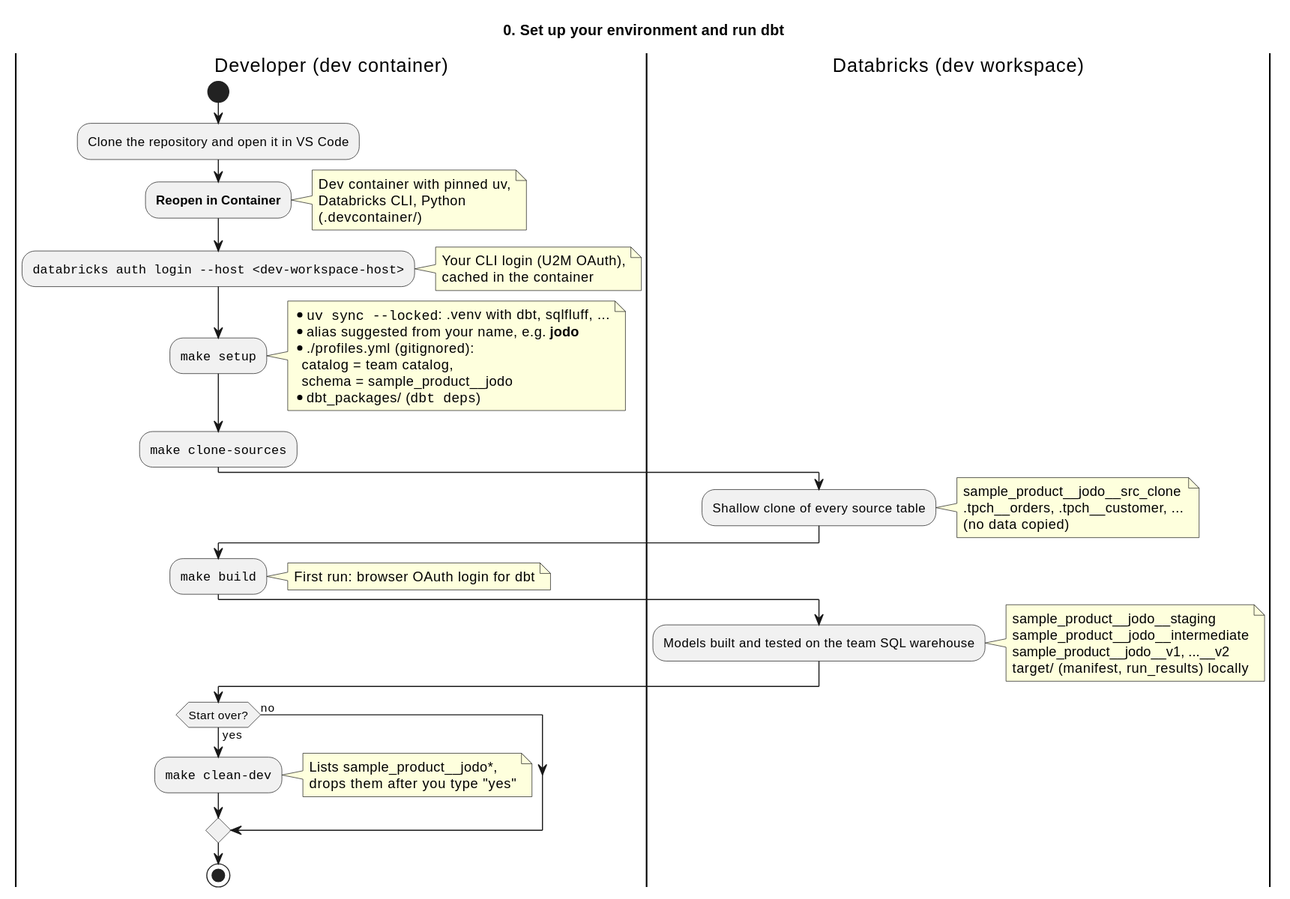
This is docs/diagrams/workflow-0-setup.svg from PeterHenell/dbt-databricks-template, a PlantUML export, as it was before one commit.
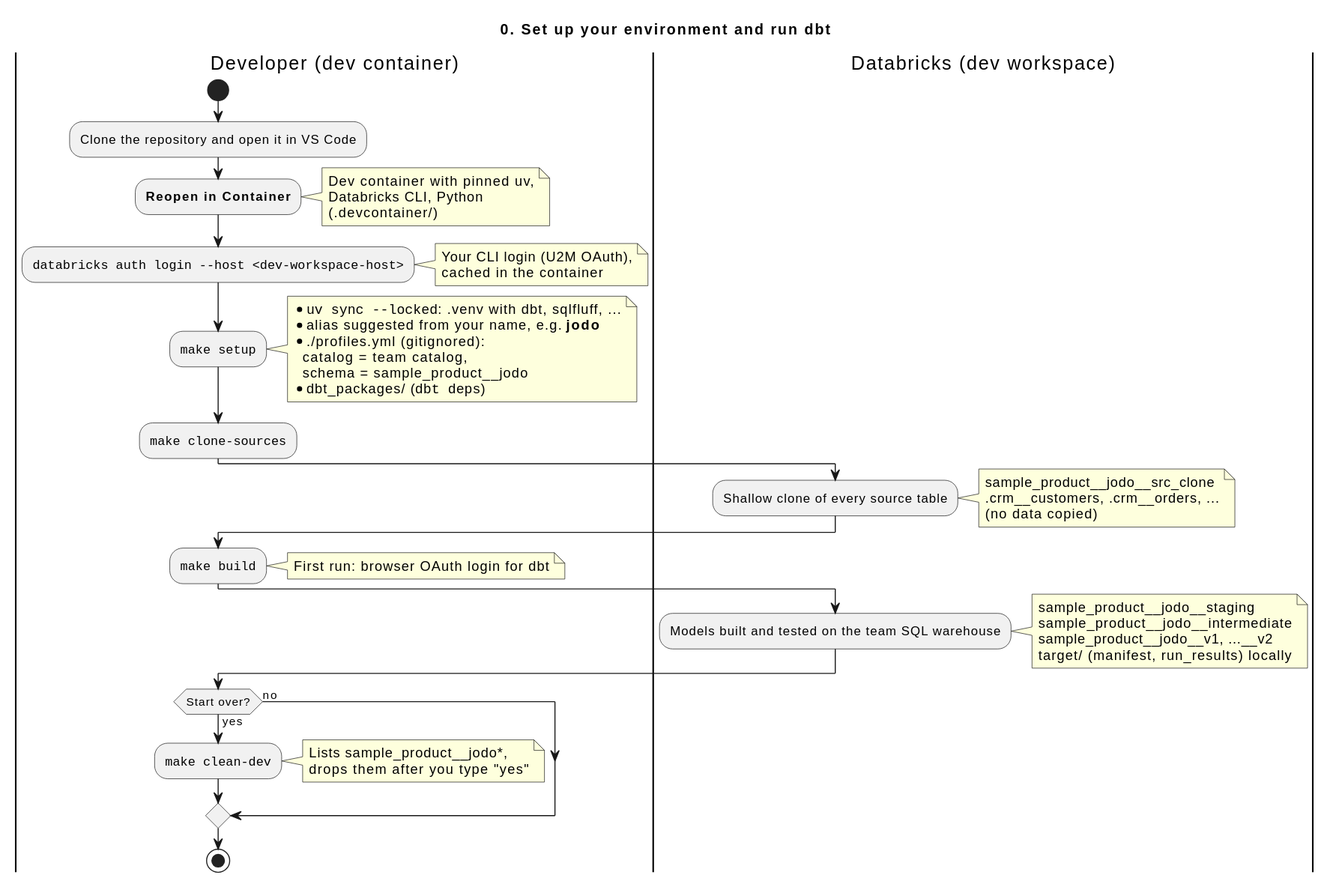
Above is the later version.

Change to the diagram source:
```diff
@@ -29,7 +29,7 @@
 :Shallow clone of every source table;
 note right
   sample_product~__jodo~__src_clone
-  .tpch~__orders, .tpch~__customer, ...
+  .crm~__customers, .crm~__orders, ...
   (no data copied)
 end note
 |Developer (dev container)|
```
